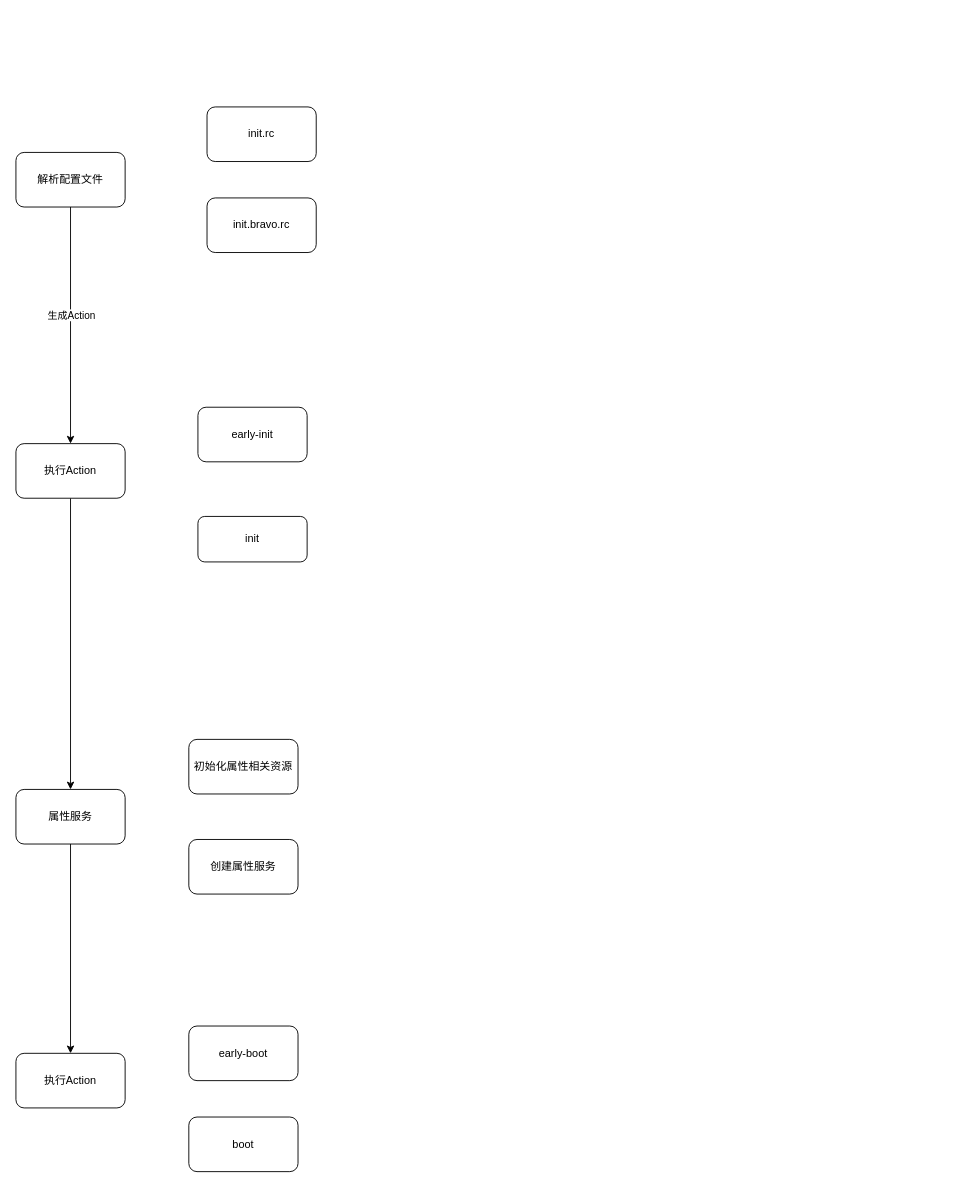
Above: init.drawio in xxm-sz/dio (draw.io), before the change. Source tidied: cells renumbered, new cells numbered last; positions are measured from the earlier drawing's top-left corner, leaving out a move shared by most shapes. Both pictures are drawn from the tidied source at 91%, with x=0, y=0 at pixel (15, 106).
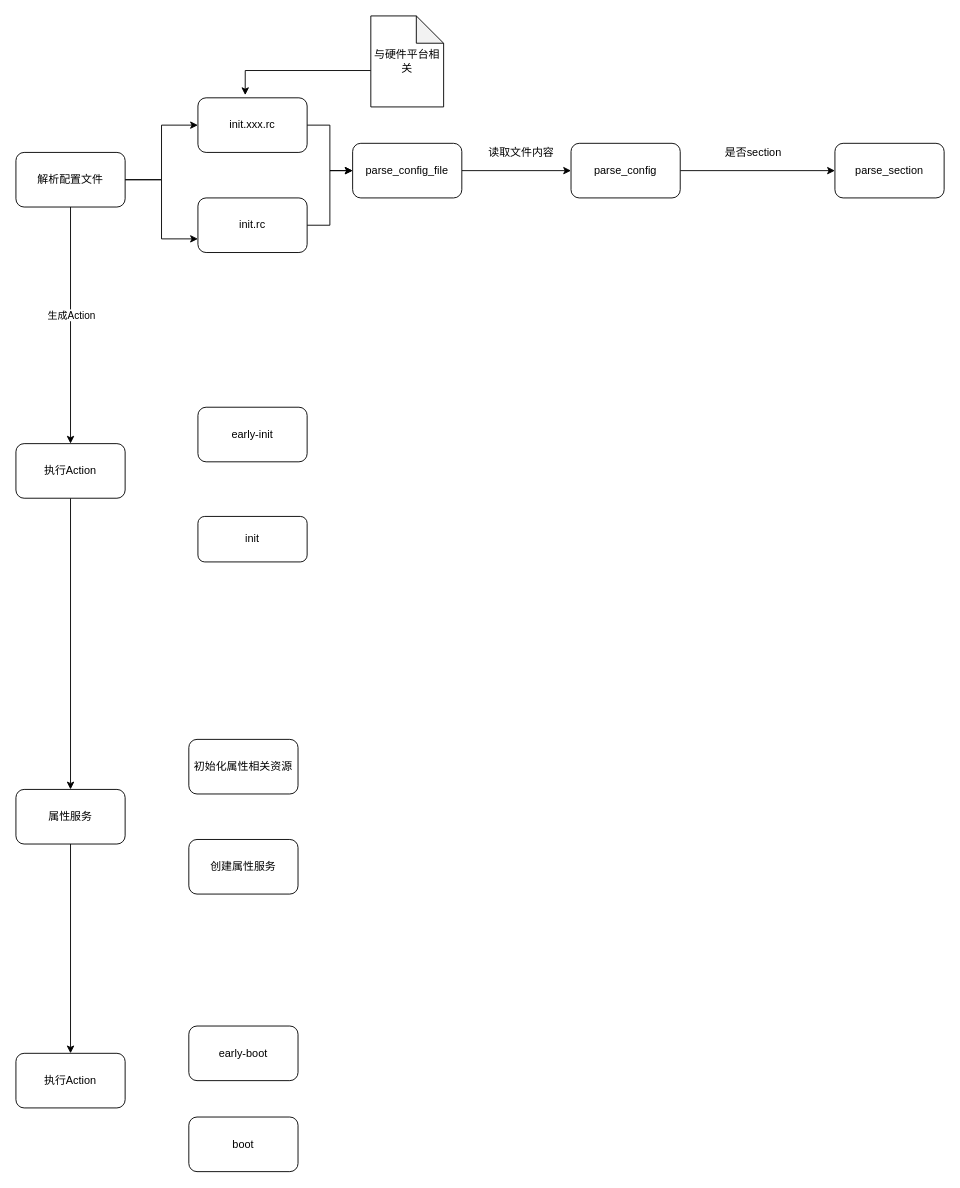
The same page after the edit.

The change refers to these unchanged cells:
```xml
<mxCell id="4" value="解析配置文件" style="rounded=1;whiteSpace=wrap;html=1;" parent="1" vertex="1">
  <mxGeometry y="50" width="120" height="60" as="geometry" />
</mxCell>
```

The edit, as a diff of the source:
```diff
@@
+    <mxCell id="18" style="edgeStyle=orthogonalEdgeStyle;rounded=0;jettySize=auto;html=1;exitX=1;exitY=0.5;exitDx=0;exitDy=0;entryX=0;entryY=0.5;entryDx=0;entryDy=0;" parent="1" edge="1" source="4" target="17">
+      <mxGeometry relative="1" as="geometry">
+        <Array as="points">
+          <mxPoint x="160" y="80" />
+          <mxPoint x="160" y="20" />
+        </Array>
+      </mxGeometry>
+    </mxCell>
+    <mxCell id="19" style="edgeStyle=orthogonalEdgeStyle;rounded=0;jettySize=auto;html=1;entryX=0;entryY=0.75;entryDx=0;entryDy=0;" parent="1" edge="1" source="4" target="16">
+      <mxGeometry relative="1" as="geometry" />
+    </mxCell>
@@
+    <mxCell id="20" style="edgeStyle=orthogonalEdgeStyle;rounded=0;jettySize=auto;html=1;entryX=0;entryY=0.5;entryDx=0;entryDy=0;" parent="1" edge="1" source="16" target="25">
+      <mxGeometry relative="1" as="geometry" />
+    </mxCell>
     <mxCell id="16" value="init.rc" style="rounded=1;whiteSpace=wrap;html=1;" parent="1" vertex="1">
-      <mxGeometry x="210" width="120" height="60" as="geometry" />
+      <mxGeometry x="200" y="100" width="120" height="60" as="geometry" />
     </mxCell>
+    <mxCell id="21" style="edgeStyle=orthogonalEdgeStyle;rounded=0;jettySize=auto;html=1;entryX=0;entryY=0.5;entryDx=0;entryDy=0;" parent="1" edge="1" source="17" target="25">
+      <mxGeometry relative="1" as="geometry" />
+    </mxCell>
-    <mxCell id="17" value="init.bravo.rc" style="rounded=1;whiteSpace=wrap;html=1;" parent="1" vertex="1">
-      <mxGeometry x="210" y="100" width="120" height="60" as="geometry" />
+    <mxCell id="17" value="init.xxx.rc" style="rounded=1;whiteSpace=wrap;html=1;" parent="1" vertex="1">
+      <mxGeometry x="200" y="-10" width="120" height="60" as="geometry" />
     </mxCell>
+    <mxCell id="22" style="edgeStyle=orthogonalEdgeStyle;rounded=0;jettySize=auto;html=1;entryX=0.433;entryY=-0.05;entryDx=0;entryDy=0;entryPerimeter=0;" parent="1" edge="1" source="23" target="17">
+      <mxGeometry relative="1" as="geometry">
+        <Array as="points">
+          <mxPoint x="252" y="-40" />
+        </Array>
+      </mxGeometry>
+    </mxCell>
+    <mxCell id="23" value="与硬件平台相关" style="shape=note;whiteSpace=wrap;html=1;backgroundOutline=1;darkOpacity=0.05;" parent="1" vertex="1">
+      <mxGeometry x="390" y="-100" width="80" height="100" as="geometry" />
+    </mxCell>
+    <mxCell id="24" style="edgeStyle=orthogonalEdgeStyle;rounded=0;jettySize=auto;html=1;entryX=0;entryY=0.5;entryDx=0;entryDy=0;" parent="1" edge="1" source="25" target="27">
+      <mxGeometry relative="1" as="geometry" />
+    </mxCell>
+    <mxCell id="25" value="parse_config_file" style="rounded=1;whiteSpace=wrap;html=1;" parent="1" vertex="1">
+      <mxGeometry x="370" y="40" width="120" height="60" as="geometry" />
+    </mxCell>
+    <mxCell id="26" style="edgeStyle=orthogonalEdgeStyle;rounded=0;jettySize=auto;html=1;" parent="1" edge="1" source="27" target="29">
+      <mxGeometry relative="1" as="geometry" />
+    </mxCell>
+    <mxCell id="27" value="parse_config" style="rounded=1;whiteSpace=wrap;html=1;" parent="1" vertex="1">
+      <mxGeometry x="610" y="40" width="120" height="60" as="geometry" />
+    </mxCell>
+    <mxCell id="28" value="读取文件内容" style="text;html=1;align=center;verticalAlign=middle;" parent="1" vertex="1">
+      <mxGeometry x="510" y="40" width="90" height="20" as="geometry" />
+    </mxCell>
+    <mxCell id="29" value="parse_section" style="rounded=1;whiteSpace=wrap;html=1;" parent="1" vertex="1">
+      <mxGeometry x="900" y="40" width="120" height="60" as="geometry" />
+    </mxCell>
+    <mxCell id="30" value="是否section" style="text;html=1;align=center;verticalAlign=middle;" parent="1" vertex="1">
+      <mxGeometry x="770" y="40" width="80" height="20" as="geometry" />
+    </mxCell>
```
